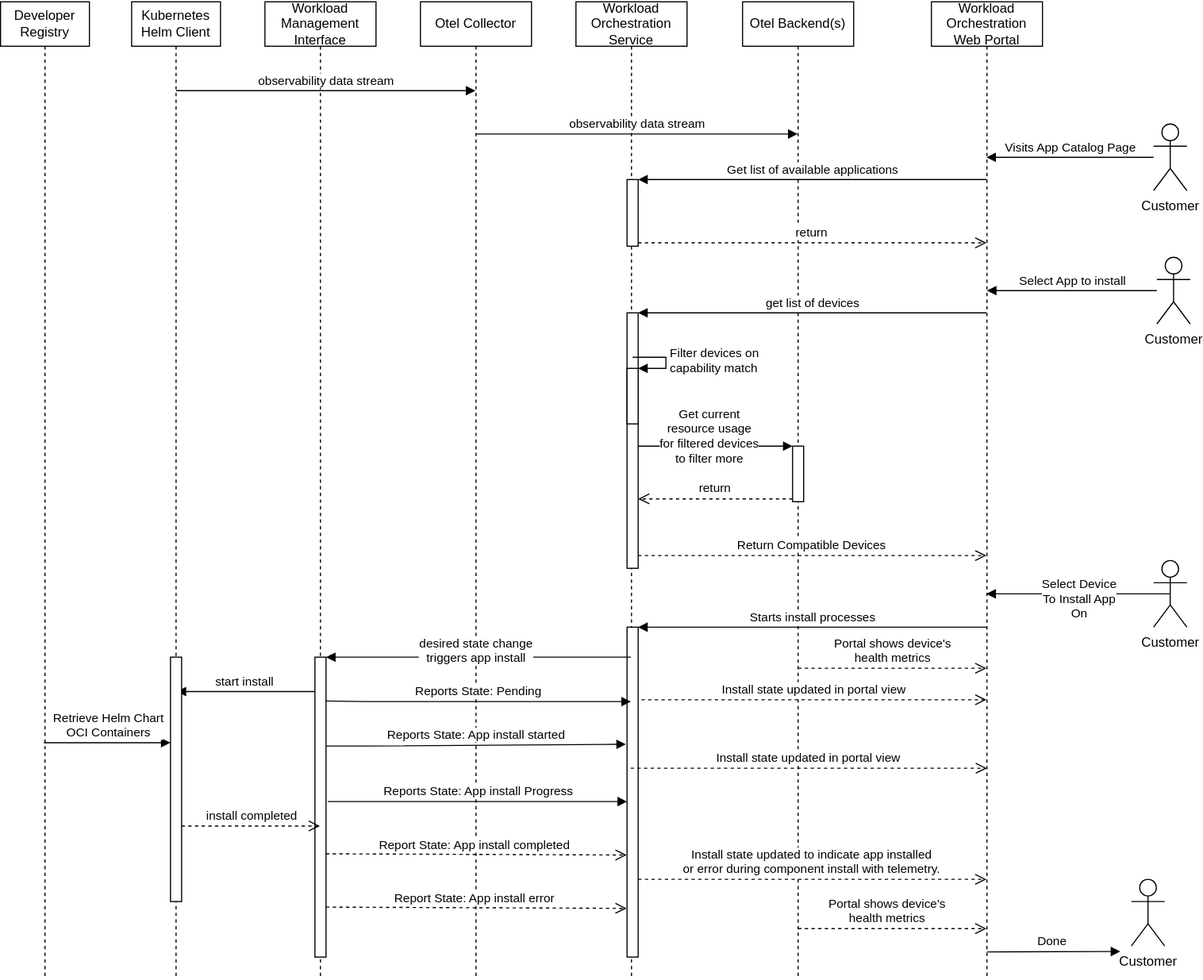
Earlier version of the draw.io export system-design/figures/workload-install-sequence.drawio.svg (margo/specification). Source tidied: cells renumbered, new cells last; positions are measured from the earlier drawing's top-left corner, leaving out a move shared by most shapes.
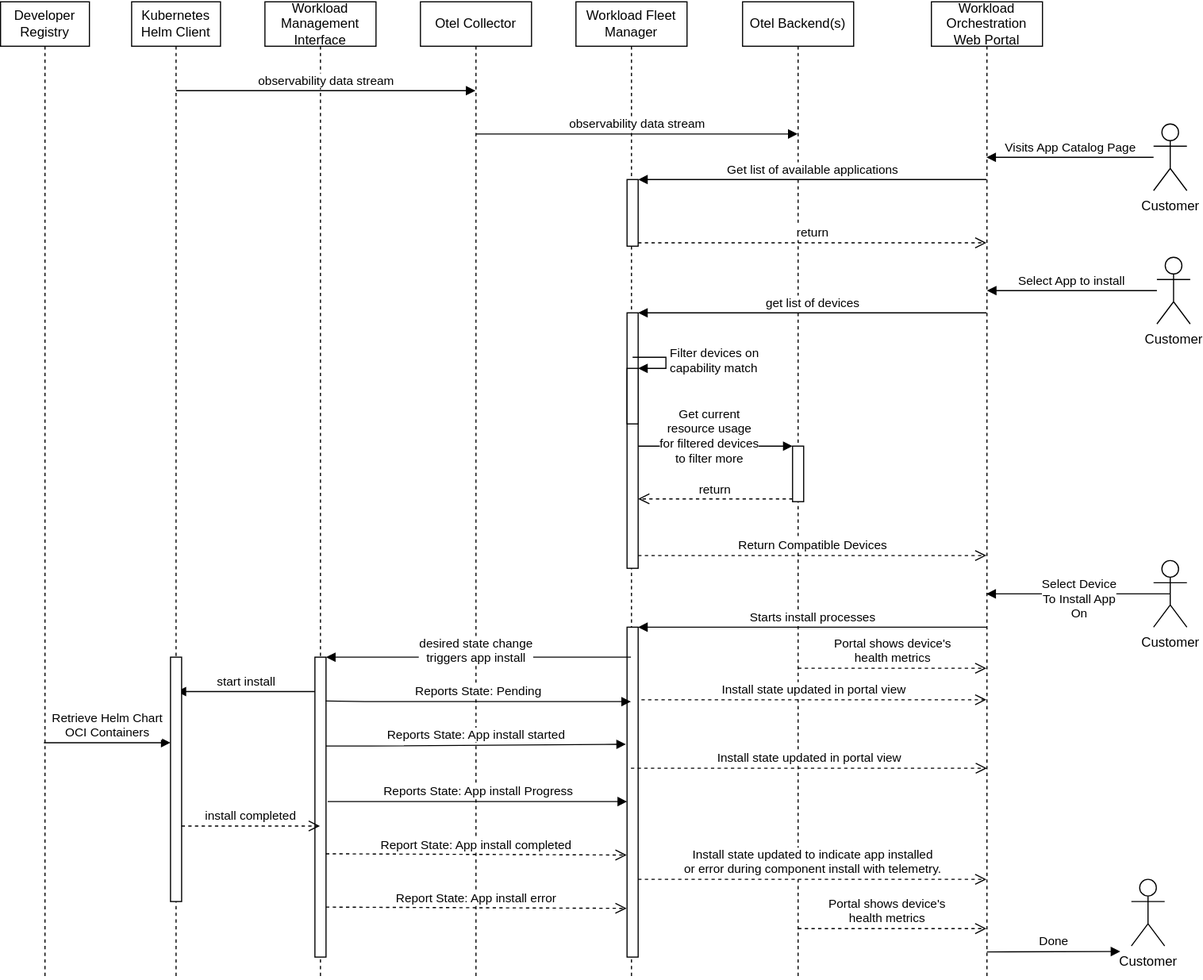
The same diagram one commit later.

Change to the diagram source:
```diff
@@ -2,7 +2,7 @@
   <root>
     <mxCell id="0" />
     <mxCell id="1" parent="0" />
-    <mxCell id="2" value="Workload Orchestration Service" style="shape=umlLifeline;perimeter=lifelinePerimeter;whiteSpace=wrap;html=1;outlineConnect=0;" parent="1" vertex="1">
+    <mxCell id="2" value="Workload Fleet&lt;div&gt;Manager&lt;/div&gt;" style="shape=umlLifeline;perimeter=lifelinePerimeter;whiteSpace=wrap;html=1;outlineConnect=0;" parent="1" vertex="1">
       <mxGeometry x="518" width="100" height="880" as="geometry" />
     </mxCell>
     <mxCell id="3" style="html=1;points=[];perimeter=orthogonalPerimeter;" parent="2" vertex="1">
```
